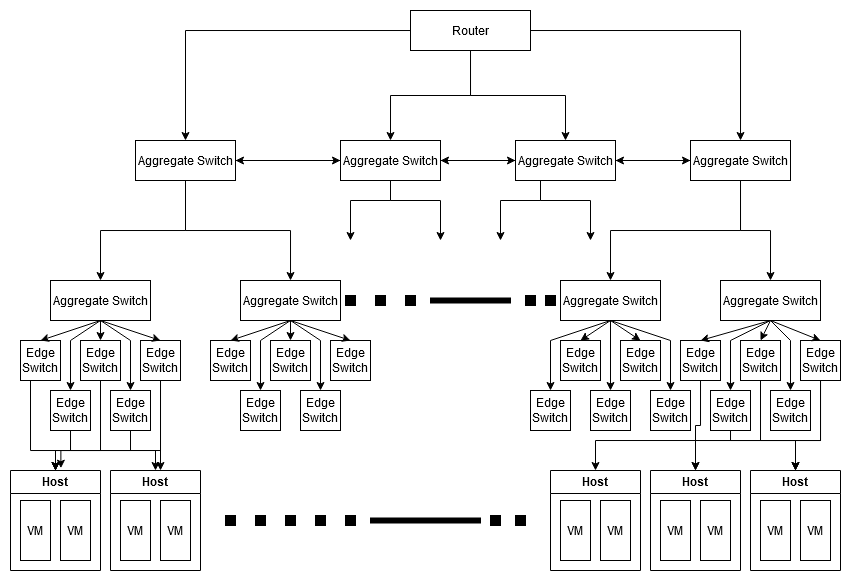
The draw.io diagram images/mesh.png in utsavns96/CloudSim_CS441_HW3, before a commit. Source tidied: cells renumbered, new cells last; positions are measured from the earlier drawing's top-left corner, leaving out a move shared by most shapes.
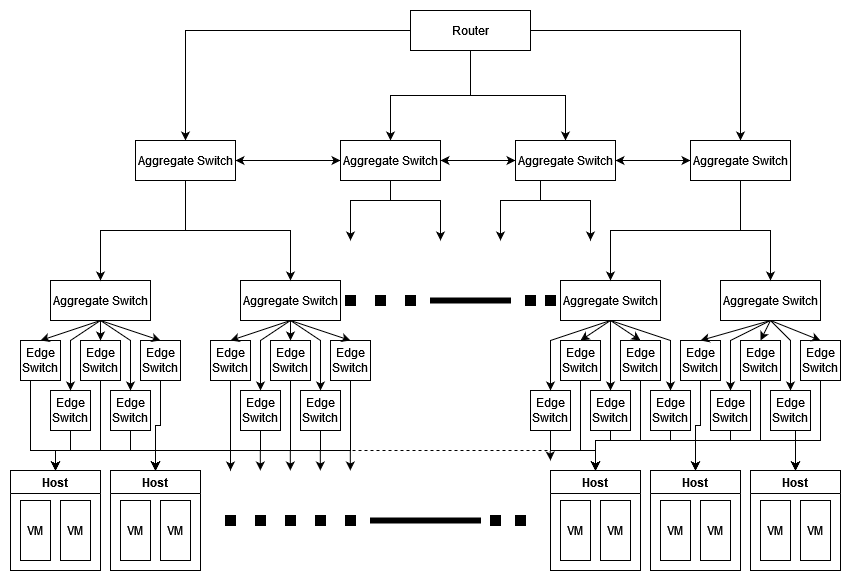
Above is the later version.

What changed in the source:
```diff
@@ -66,34 +66,72 @@
     <mxCell id="19" value="Edge Switch" style="rounded=0;whiteSpace=wrap;html=1;" parent="1" vertex="1">
       <mxGeometry x="100" y="380" width="40" height="40" as="geometry" />
     </mxCell>
-    <mxCell id="20" style="edgeStyle=orthogonalEdgeStyle;rounded=0;jettySize=auto;html=1;" parent="1" edge="1" source="22">
-      <mxGeometry relative="1" as="geometry">
-        <mxPoint x="150" y="460" as="targetPoint" />
-      </mxGeometry>
-    </mxCell>
-    <mxCell id="21" style="edgeStyle=orthogonalEdgeStyle;rounded=0;jettySize=auto;html=1;entryX=0.56;entryY=-0.023;entryDx=0;entryDy=0;entryPerimeter=0;" parent="1" edge="1" source="22" target="64">
-      <mxGeometry relative="1" as="geometry">
-        <Array as="points">
-          <mxPoint x="150" y="440" />
-          <mxPoint x="50" y="440" />
-        </Array>
-      </mxGeometry>
-    </mxCell>
+    <mxCell id="111" style="edgeStyle=orthogonalEdgeStyle;rounded=0;jettySize=auto;html=1;entryX=0.5;entryY=0;entryDx=0;entryDy=0;" parent="1" edge="1" source="22" target="67">
+      <mxGeometry relative="1" as="geometry" />
+    </mxCell>
     <mxCell id="22" value="Edge Switch" style="rounded=0;whiteSpace=wrap;html=1;" parent="1" vertex="1">
       <mxGeometry x="130" y="330" width="40" height="40" as="geometry" />
     </mxCell>
+    <mxCell id="112" style="edgeStyle=orthogonalEdgeStyle;rounded=0;jettySize=auto;html=1;entryX=0.5;entryY=0;entryDx=0;entryDy=0;" parent="1" edge="1" source="23" target="67">
+      <mxGeometry relative="1" as="geometry">
+        <Array as="points">
+          <mxPoint x="220" y="440" />
+          <mxPoint x="145" y="440" />
+        </Array>
+      </mxGeometry>
+    </mxCell>
     <mxCell id="23" value="Edge Switch" style="rounded=0;whiteSpace=wrap;html=1;" parent="1" vertex="1">
       <mxGeometry x="200" y="330" width="40" height="40" as="geometry" />
     </mxCell>
+    <mxCell id="113" style="edgeStyle=orthogonalEdgeStyle;rounded=0;jettySize=auto;html=1;entryX=0.5;entryY=0;entryDx=0;entryDy=0;" parent="1" edge="1" source="24" target="67">
+      <mxGeometry relative="1" as="geometry">
+        <Array as="points">
+          <mxPoint x="250" y="440" />
+          <mxPoint x="145" y="440" />
+        </Array>
+      </mxGeometry>
+    </mxCell>
     <mxCell id="24" value="Edge Switch" style="rounded=0;whiteSpace=wrap;html=1;" parent="1" vertex="1">
       <mxGeometry x="230" y="380" width="40" height="40" as="geometry" />
     </mxCell>
+    <mxCell id="114" style="edgeStyle=orthogonalEdgeStyle;rounded=0;jettySize=auto;html=1;exitX=0.5;exitY=1;exitDx=0;exitDy=0;entryX=0.5;entryY=0;entryDx=0;entryDy=0;" parent="1" edge="1" source="25" target="67">
+      <mxGeometry relative="1" as="geometry">
+        <Array as="points">
+          <mxPoint x="280" y="440" />
+          <mxPoint x="145" y="440" />
+        </Array>
+      </mxGeometry>
+    </mxCell>
     <mxCell id="25" value="Edge Switch" style="rounded=0;whiteSpace=wrap;html=1;" parent="1" vertex="1">
       <mxGeometry x="260" y="330" width="40" height="40" as="geometry" />
     </mxCell>
+    <mxCell id="115" style="edgeStyle=orthogonalEdgeStyle;rounded=0;jettySize=auto;html=1;entryX=0.5;entryY=0;entryDx=0;entryDy=0;" parent="1" edge="1" source="26" target="67">
+      <mxGeometry relative="1" as="geometry">
+        <Array as="points">
+          <mxPoint x="310" y="440" />
+          <mxPoint x="145" y="440" />
+        </Array>
+      </mxGeometry>
+    </mxCell>
     <mxCell id="26" value="Edge Switch" style="rounded=0;whiteSpace=wrap;html=1;" parent="1" vertex="1">
       <mxGeometry x="290" y="380" width="40" height="40" as="geometry" />
     </mxCell>
+    <mxCell id="116" style="edgeStyle=orthogonalEdgeStyle;rounded=0;jettySize=auto;html=1;entryX=0.5;entryY=0;entryDx=0;entryDy=0;" parent="1" edge="1" source="27" target="67">
+      <mxGeometry relative="1" as="geometry">
+        <Array as="points">
+          <mxPoint x="340" y="440" />
+          <mxPoint x="145" y="440" />
+        </Array>
+      </mxGeometry>
+    </mxCell>
+    <mxCell id="117" style="edgeStyle=orthogonalEdgeStyle;rounded=0;jettySize=auto;html=1;entryX=0.5;entryY=0;entryDx=0;entryDy=0;dashed=1;" parent="1" edge="1" source="27" target="76">
+      <mxGeometry relative="1" as="geometry">
+        <Array as="points">
+          <mxPoint x="340" y="440" />
+          <mxPoint x="585" y="440" />
+        </Array>
+      </mxGeometry>
+    </mxCell>
     <mxCell id="27" value="Edge Switch" style="rounded=0;whiteSpace=wrap;html=1;" parent="1" vertex="1">
       <mxGeometry x="320" y="330" width="40" height="40" as="geometry" />
     </mxCell>
@@ -125,6 +163,14 @@
     <mxCell id="33" value="Edge Switch" style="rounded=0;whiteSpace=wrap;html=1;" parent="1" vertex="1">
       <mxGeometry x="730" y="330" width="40" height="40" as="geometry" />
     </mxCell>
+    <mxCell id="118" style="edgeStyle=orthogonalEdgeStyle;rounded=0;jettySize=auto;html=1;entryX=0.5;entryY=0;entryDx=0;entryDy=0;" parent="1" edge="1" source="34" target="70">
+      <mxGeometry relative="1" as="geometry">
+        <Array as="points">
+          <mxPoint x="785" y="430" />
+          <mxPoint x="785" y="430" />
+        </Array>
+      </mxGeometry>
+    </mxCell>
     <mxCell id="34" value="Edge Switch" style="rounded=0;whiteSpace=wrap;html=1;" parent="1" vertex="1">
       <mxGeometry x="760" y="380" width="40" height="40" as="geometry" />
     </mxCell>
@@ -155,18 +201,53 @@
     <mxCell id="38" value="Edge Switch" style="rounded=0;whiteSpace=wrap;html=1;" parent="1" vertex="1">
       <mxGeometry x="790" y="330" width="40" height="40" as="geometry" />
     </mxCell>
+    <mxCell id="119" style="edgeStyle=orthogonalEdgeStyle;rounded=0;jettySize=auto;html=1;entryX=0.5;entryY=0;entryDx=0;entryDy=0;" parent="1" edge="1" source="39" target="76">
+      <mxGeometry relative="1" as="geometry" />
+    </mxCell>
     <mxCell id="39" value="Edge Switch" style="rounded=0;whiteSpace=wrap;html=1;" parent="1" vertex="1">
       <mxGeometry x="520" y="380" width="40" height="40" as="geometry" />
     </mxCell>
+    <mxCell id="120" style="edgeStyle=orthogonalEdgeStyle;rounded=0;jettySize=auto;html=1;entryX=0.5;entryY=0;entryDx=0;entryDy=0;" parent="1" edge="1" source="40" target="76">
+      <mxGeometry relative="1" as="geometry">
+        <Array as="points">
+          <mxPoint x="570" y="440" />
+          <mxPoint x="585" y="440" />
+        </Array>
+      </mxGeometry>
+    </mxCell>
     <mxCell id="40" value="Edge Switch" style="rounded=0;whiteSpace=wrap;html=1;" parent="1" vertex="1">
       <mxGeometry x="550" y="330" width="40" height="40" as="geometry" />
     </mxCell>
+    <mxCell id="121" style="edgeStyle=orthogonalEdgeStyle;rounded=0;jettySize=auto;html=1;" parent="1" edge="1" source="41" target="76">
+      <mxGeometry relative="1" as="geometry">
+        <Array as="points">
+          <mxPoint x="600" y="430" />
+          <mxPoint x="585" y="430" />
+        </Array>
+      </mxGeometry>
+    </mxCell>
     <mxCell id="41" value="Edge Switch" style="rounded=0;whiteSpace=wrap;html=1;" parent="1" vertex="1">
       <mxGeometry x="580" y="380" width="40" height="40" as="geometry" />
     </mxCell>
+    <mxCell id="122" style="edgeStyle=orthogonalEdgeStyle;rounded=0;jettySize=auto;html=1;entryX=0.5;entryY=0;entryDx=0;entryDy=0;" parent="1" edge="1" source="42" target="76">
+      <mxGeometry relative="1" as="geometry">
+        <Array as="points">
+          <mxPoint x="630" y="430" />
+          <mxPoint x="585" y="430" />
+        </Array>
+      </mxGeometry>
+    </mxCell>
     <mxCell id="42" value="Edge Switch" style="rounded=0;whiteSpace=wrap;html=1;" parent="1" vertex="1">
       <mxGeometry x="610" y="330" width="40" height="40" as="geometry" />
     </mxCell>
+    <mxCell id="123" style="edgeStyle=orthogonalEdgeStyle;rounded=0;jettySize=auto;html=1;entryX=0.5;entryY=0;entryDx=0;entryDy=0;" parent="1" edge="1" source="43" target="73">
+      <mxGeometry relative="1" as="geometry">
+        <Array as="points">
+          <mxPoint x="660" y="430" />
+          <mxPoint x="685" y="430" />
+        </Array>
+      </mxGeometry>
+    </mxCell>
     <mxCell id="43" value="Edge Switch" style="rounded=0;whiteSpace=wrap;html=1;" parent="1" vertex="1">
       <mxGeometry x="640" y="380" width="40" height="40" as="geometry" />
     </mxCell>
@@ -429,5 +510,41 @@
     <mxCell id="110" style="rounded=0;whiteSpace=wrap;html=1;fillColor=#000000;" parent="1" vertex="1">
       <mxGeometry x="420" y="287.5" width="80" height="5" as="geometry" />
     </mxCell>
+    <mxCell id="124" style="endArrow=classic;html=1;rounded=0;" parent="1" edge="1">
+      <mxGeometry relative="1" as="geometry">
+        <mxPoint x="220" y="440" as="sourcePoint" />
+        <mxPoint x="220" y="460" as="targetPoint" />
+      </mxGeometry>
+    </mxCell>
+    <mxCell id="125" style="endArrow=classic;html=1;rounded=0;" parent="1" edge="1">
+      <mxGeometry relative="1" as="geometry">
+        <mxPoint x="249.8" y="440" as="sourcePoint" />
+        <mxPoint x="249.8" y="460" as="targetPoint" />
+      </mxGeometry>
+    </mxCell>
+    <mxCell id="126" style="endArrow=classic;html=1;rounded=0;" parent="1" edge="1">
+      <mxGeometry relative="1" as="geometry">
+        <mxPoint x="279.8" y="440" as="sourcePoint" />
+        <mxPoint x="279.8" y="460" as="targetPoint" />
+      </mxGeometry>
+    </mxCell>
+    <mxCell id="127" style="endArrow=classic;html=1;rounded=0;" parent="1" edge="1">
+      <mxGeometry relative="1" as="geometry">
+        <mxPoint x="309.8" y="440" as="sourcePoint" />
+        <mxPoint x="309.8" y="460" as="targetPoint" />
+      </mxGeometry>
+    </mxCell>
+    <mxCell id="128" style="endArrow=classic;html=1;rounded=0;" parent="1" edge="1">
+      <mxGeometry relative="1" as="geometry">
+        <mxPoint x="339.8" y="440" as="sourcePoint" />
+        <mxPoint x="339.8" y="460" as="targetPoint" />
+      </mxGeometry>
+    </mxCell>
+    <mxCell id="129" style="endArrow=classic;html=1;rounded=0;" parent="1" edge="1">
+      <mxGeometry relative="1" as="geometry">
+        <mxPoint x="539.7" y="440" as="sourcePoint" />
+        <mxPoint x="540" y="450" as="targetPoint" />
+      </mxGeometry>
+    </mxCell>
   </root>
 </mxGraphModel>
```
